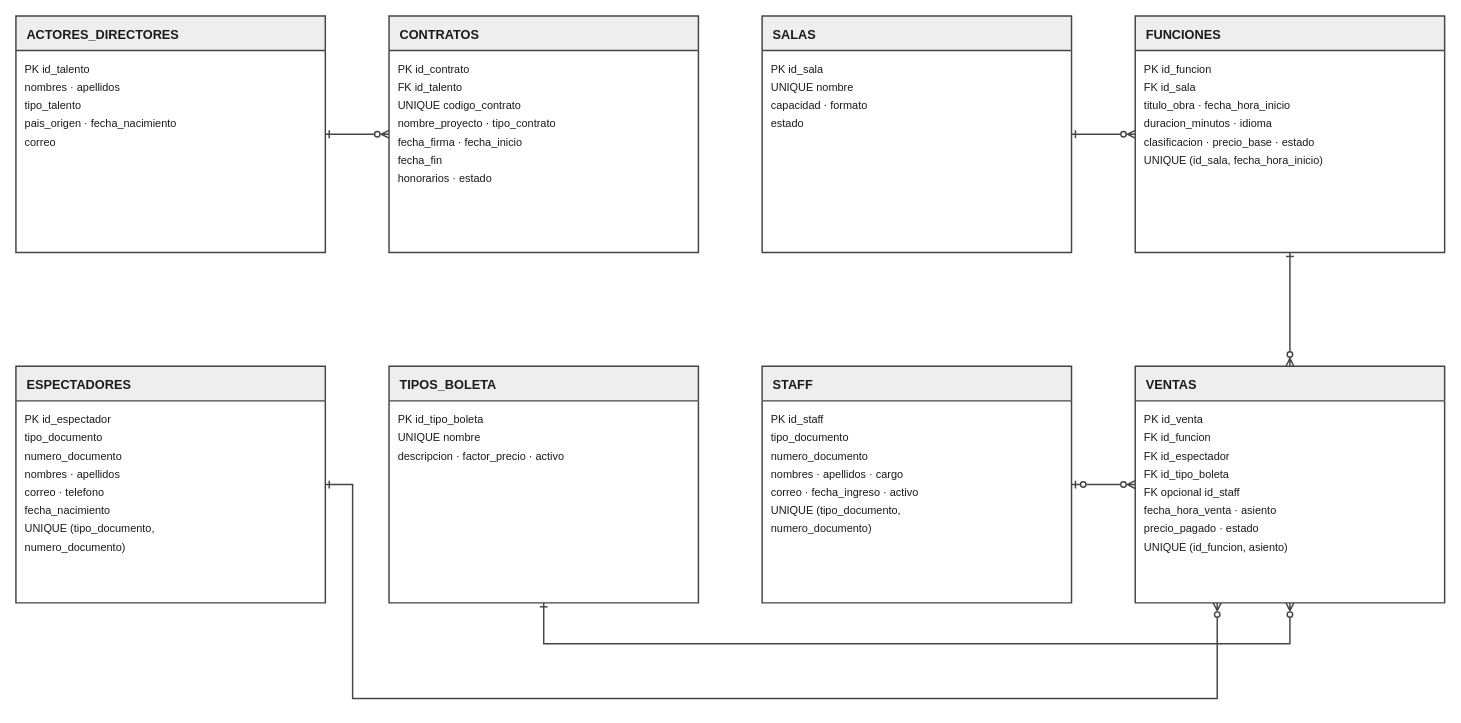
The draw.io diagram avance1-postgresql/modelo-relacional/modelo-relacional-3fn.drawio in Rocky72153/cine-umbral-avance1, before the edit. Source tidied: cells renumbered, new cells numbered last; positions are measured from the earlier drawing's top-left corner, leaving out a move shared by most shapes. Both pictures are drawn from the tidied source at 91%, with x=0, y=0 at pixel (15, 15).
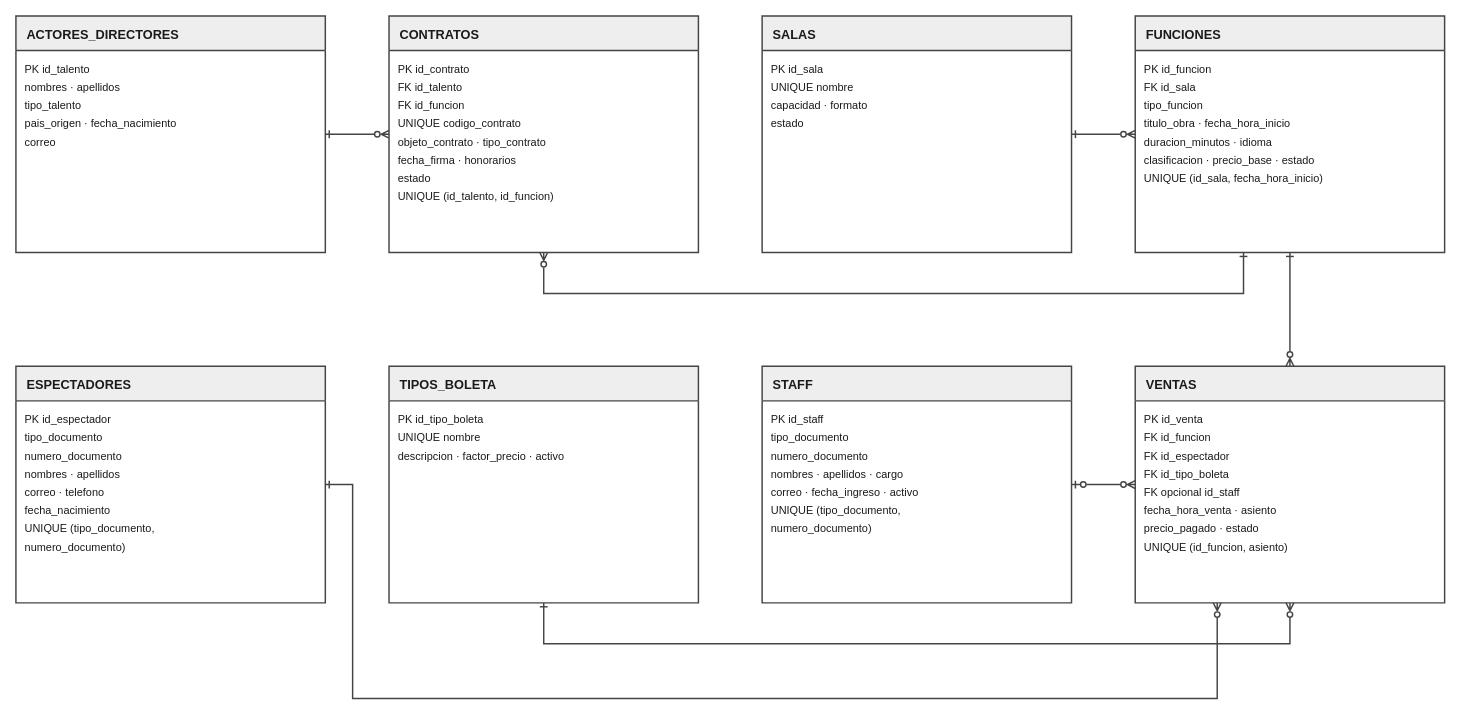
Above is the later version.

The change refers to these unchanged cells:
```xml
<mxCell id="8" value="&lt;b&gt;CONTRATOS&lt;/b&gt;" style="shape=swimlane;startSize=38;horizontal=1;html=1;whiteSpace=wrap;fillColor=#eeeeee;swimlaneFillColor=#ffffff;strokeColor=#444444;strokeWidth=1.6;fontColor=#1a1a1a;fontSize=14;align=left;verticalAlign=top;spacingLeft=10;spacingTop=6;rounded=0;shadow=0;" parent="1" vertex="1">
  <mxGeometry x="410" width="340" height="260" as="geometry" />
</mxCell>
<mxCell id="21" value="&lt;b&gt;FUNCIONES&lt;/b&gt;" style="shape=swimlane;startSize=38;horizontal=1;html=1;whiteSpace=wrap;fillColor=#eeeeee;swimlaneFillColor=#ffffff;strokeColor=#444444;strokeWidth=1.6;fontColor=#1a1a1a;fontSize=14;align=left;verticalAlign=top;spacingLeft=10;spacingTop=6;rounded=0;shadow=0;" parent="1" vertex="1">
  <mxGeometry x="1230" width="340" height="260" as="geometry" />
</mxCell>
```

What changed in the source:
```diff
@@
-    <mxCell id="11" value="UNIQUE  codigo_contrato" style="text;html=1;align=left;verticalAlign=middle;whiteSpace=wrap;strokeColor=none;fillColor=none;spacing=0;spacingLeft=0;spacingTop=0;fontColor=#1a1a1a;fontSize=12;" parent="1" vertex="1">
+    <mxCell id="11" value="FK  id_funcion" style="text;html=1;align=left;verticalAlign=middle;whiteSpace=wrap;strokeColor=none;fillColor=none;spacing=0;spacingLeft=0;spacingTop=0;fontColor=#1a1a1a;fontSize=12;" parent="1" vertex="1">
       <mxGeometry x="420" y="90" width="320" height="18" as="geometry" />
     </mxCell>
-    <mxCell id="12" value="nombre_proyecto · tipo_contrato" style="text;html=1;align=left;verticalAlign=middle;whiteSpace=wrap;strokeColor=none;fillColor=none;spacing=0;spacingLeft=0;spacingTop=0;fontColor=#1a1a1a;fontSize=12;" parent="1" vertex="1">
+    <mxCell id="12" value="UNIQUE  codigo_contrato" style="text;html=1;align=left;verticalAlign=middle;whiteSpace=wrap;strokeColor=none;fillColor=none;spacing=0;spacingLeft=0;spacingTop=0;fontColor=#1a1a1a;fontSize=12;" parent="1" vertex="1">
       <mxGeometry x="420" y="110" width="320" height="18" as="geometry" />
     </mxCell>
-    <mxCell id="13" value="fecha_firma · fecha_inicio" style="text;html=1;align=left;verticalAlign=middle;whiteSpace=wrap;strokeColor=none;fillColor=none;spacing=0;spacingLeft=0;spacingTop=0;fontColor=#1a1a1a;fontSize=12;" parent="1" vertex="1">
+    <mxCell id="13" value="objeto_contrato · tipo_contrato" style="text;html=1;align=left;verticalAlign=middle;whiteSpace=wrap;strokeColor=none;fillColor=none;spacing=0;spacingLeft=0;spacingTop=0;fontColor=#1a1a1a;fontSize=12;" parent="1" vertex="1">
       <mxGeometry x="420" y="130" width="320" height="18" as="geometry" />
     </mxCell>
-    <mxCell id="14" value="fecha_fin" style="text;html=1;align=left;verticalAlign=middle;whiteSpace=wrap;strokeColor=none;fillColor=none;spacing=0;spacingLeft=0;spacingTop=0;fontColor=#1a1a1a;fontSize=12;" parent="1" vertex="1">
+    <mxCell id="14" value="fecha_firma · honorarios" style="text;html=1;align=left;verticalAlign=middle;whiteSpace=wrap;strokeColor=none;fillColor=none;spacing=0;spacingLeft=0;spacingTop=0;fontColor=#1a1a1a;fontSize=12;" parent="1" vertex="1">
       <mxGeometry x="420" y="150" width="320" height="18" as="geometry" />
     </mxCell>
-    <mxCell id="15" value="honorarios · estado" style="text;html=1;align=left;verticalAlign=middle;whiteSpace=wrap;strokeColor=none;fillColor=none;spacing=0;spacingLeft=0;spacingTop=0;fontColor=#1a1a1a;fontSize=12;" parent="1" vertex="1">
+    <mxCell id="15" value="estado" style="text;html=1;align=left;verticalAlign=middle;whiteSpace=wrap;strokeColor=none;fillColor=none;spacing=0;spacingLeft=0;spacingTop=0;fontColor=#1a1a1a;fontSize=12;" parent="1" vertex="1">
       <mxGeometry x="420" y="170" width="320" height="18" as="geometry" />
     </mxCell>
+    <mxCell id="64" value="UNIQUE  (id_talento, id_funcion)" style="text;html=1;align=left;verticalAlign=middle;whiteSpace=wrap;strokeColor=none;fillColor=none;spacing=0;spacingLeft=0;spacingTop=0;fontColor=#1a1a1a;fontSize=12;" parent="1" vertex="1">
+      <mxGeometry x="420" y="190" width="320" height="18" as="geometry" />
+    </mxCell>
@@
-    <mxCell id="24" value="titulo_obra · fecha_hora_inicio" style="text;html=1;align=left;verticalAlign=middle;whiteSpace=wrap;strokeColor=none;fillColor=none;spacing=0;spacingLeft=0;spacingTop=0;fontColor=#1a1a1a;fontSize=12;" parent="1" vertex="1">
+    <mxCell id="24" value="tipo_funcion" style="text;html=1;align=left;verticalAlign=middle;whiteSpace=wrap;strokeColor=none;fillColor=none;spacing=0;spacingLeft=0;spacingTop=0;fontColor=#1a1a1a;fontSize=12;" parent="1" vertex="1">
       <mxGeometry x="1240" y="90" width="320" height="18" as="geometry" />
     </mxCell>
-    <mxCell id="25" value="duracion_minutos · idioma" style="text;html=1;align=left;verticalAlign=middle;whiteSpace=wrap;strokeColor=none;fillColor=none;spacing=0;spacingLeft=0;spacingTop=0;fontColor=#1a1a1a;fontSize=12;" parent="1" vertex="1">
+    <mxCell id="25" value="titulo_obra · fecha_hora_inicio" style="text;html=1;align=left;verticalAlign=middle;whiteSpace=wrap;strokeColor=none;fillColor=none;spacing=0;spacingLeft=0;spacingTop=0;fontColor=#1a1a1a;fontSize=12;" parent="1" vertex="1">
       <mxGeometry x="1240" y="110" width="320" height="18" as="geometry" />
     </mxCell>
-    <mxCell id="26" value="clasificacion · precio_base · estado" style="text;html=1;align=left;verticalAlign=middle;whiteSpace=wrap;strokeColor=none;fillColor=none;spacing=0;spacingLeft=0;spacingTop=0;fontColor=#1a1a1a;fontSize=12;" parent="1" vertex="1">
+    <mxCell id="26" value="duracion_minutos · idioma" style="text;html=1;align=left;verticalAlign=middle;whiteSpace=wrap;strokeColor=none;fillColor=none;spacing=0;spacingLeft=0;spacingTop=0;fontColor=#1a1a1a;fontSize=12;" parent="1" vertex="1">
       <mxGeometry x="1240" y="130" width="320" height="18" as="geometry" />
     </mxCell>
-    <mxCell id="27" value="UNIQUE  (id_sala, fecha_hora_inicio)" style="text;html=1;align=left;verticalAlign=middle;whiteSpace=wrap;strokeColor=none;fillColor=none;spacing=0;spacingLeft=0;spacingTop=0;fontColor=#1a1a1a;fontSize=12;" parent="1" vertex="1">
+    <mxCell id="27" value="clasificacion · precio_base · estado" style="text;html=1;align=left;verticalAlign=middle;whiteSpace=wrap;strokeColor=none;fillColor=none;spacing=0;spacingLeft=0;spacingTop=0;fontColor=#1a1a1a;fontSize=12;" parent="1" vertex="1">
       <mxGeometry x="1240" y="150" width="320" height="18" as="geometry" />
     </mxCell>
+    <mxCell id="65" value="UNIQUE  (id_sala, fecha_hora_inicio)" style="text;html=1;align=left;verticalAlign=middle;whiteSpace=wrap;strokeColor=none;fillColor=none;spacing=0;spacingLeft=0;spacingTop=0;fontColor=#1a1a1a;fontSize=12;" parent="1" vertex="1">
+      <mxGeometry x="1240" y="170" width="320" height="18" as="geometry" />
+    </mxCell>
@@
+    <mxCell id="66" style="edgeStyle=orthogonalEdgeStyle;rounded=0;jettySize=auto;html=1;strokeColor=#444444;strokeWidth=1.6;startArrow=ERone;startFill=0;endArrow=ERzeroToMany;endFill=0;exitX=0.35;exitY=1;entryX=0.5;entryY=1;" parent="1" edge="1" source="21" target="8">
+      <mxGeometry relative="1" as="geometry">
+        <Array as="points">
+          <mxPoint x="1349" y="305" />
+          <mxPoint x="580" y="305" />
+        </Array>
+      </mxGeometry>
+    </mxCell>
```
